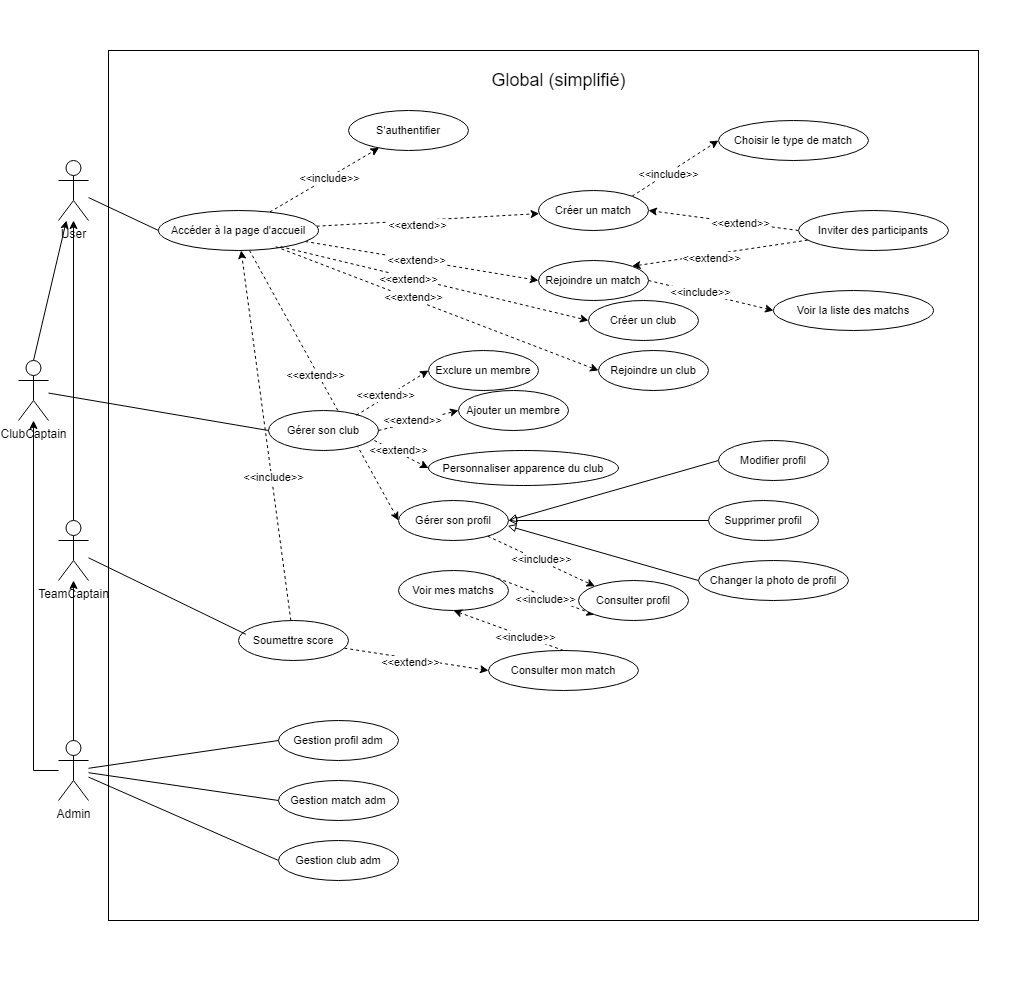
The draw.io diagram Diagram use case Global simplifié.drawio.png in Mathistrg/Styx, before a commit. Source tidied: cells renumbered, new cells last; positions are measured from the earlier drawing's top-left corner, leaving out a move shared by most shapes.
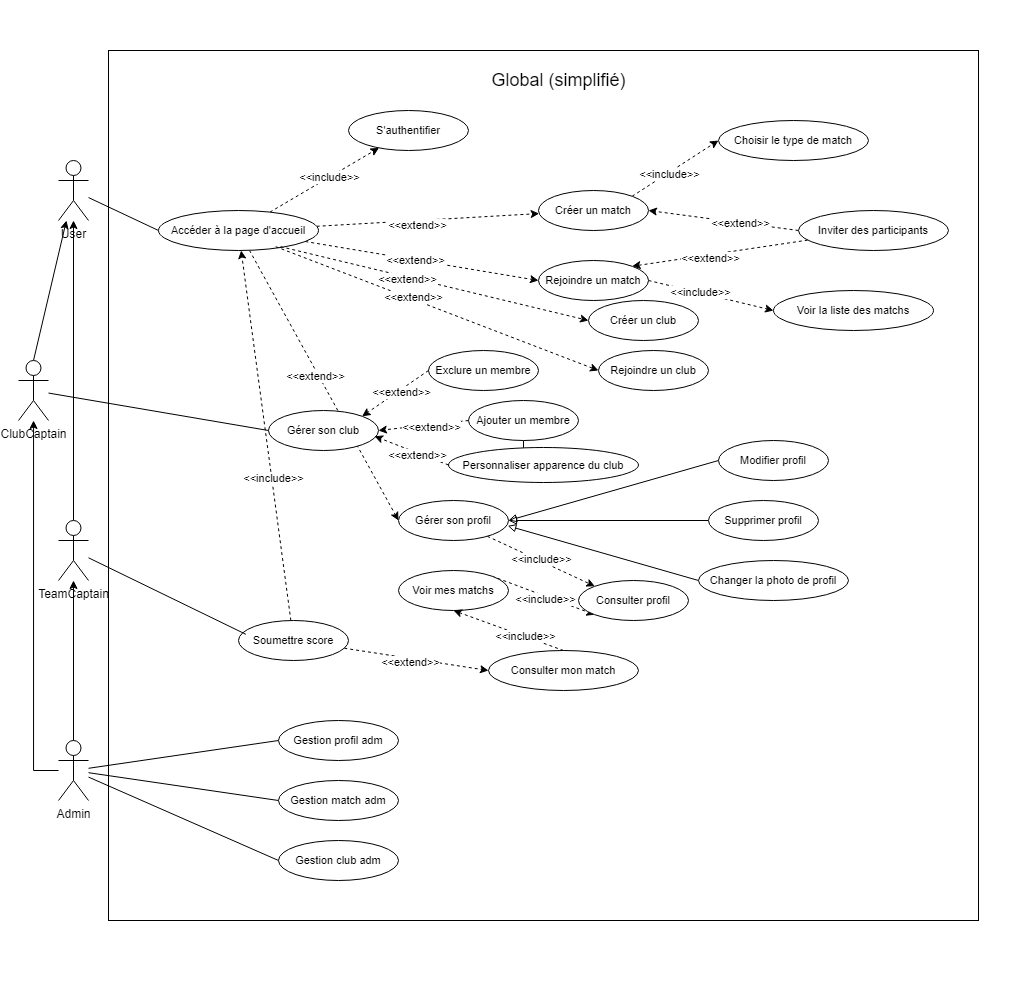
After the change.

Commit message:
Mettre à jour Diagram use case Global simplifié.drawio.png

What changed in the source:
```diff
@@ -226,25 +226,28 @@
     <mxCell id="73" value="Exclure un membre" style="ellipse;whiteSpace=wrap;html=1;fontFamily=Helvetica;fontSize=11;fontColor=default;labelBackgroundColor=default;" parent="1" vertex="1">
       <mxGeometry x="410" y="350" width="110" height="40" as="geometry" />
     </mxCell>
+    <mxCell id="82" style="edgeStyle=orthogonalEdgeStyle;rounded=0;jettySize=auto;html=1;" parent="1" edge="1" source="74" target="75">
+      <mxGeometry relative="1" as="geometry" />
+    </mxCell>
     <mxCell id="74" value="Ajouter un membre" style="ellipse;whiteSpace=wrap;html=1;fontFamily=Helvetica;fontSize=11;fontColor=default;labelBackgroundColor=default;" parent="1" vertex="1">
-      <mxGeometry x="440" y="390" width="110" height="40" as="geometry" />
+      <mxGeometry x="450" y="400" width="110" height="40" as="geometry" />
     </mxCell>
     <mxCell id="75" value="Personnaliser apparence du club" style="ellipse;whiteSpace=wrap;html=1;fontFamily=Helvetica;fontSize=11;fontColor=default;labelBackgroundColor=default;" parent="1" vertex="1">
-      <mxGeometry x="410" y="450" width="190" height="35" as="geometry" />
+      <mxGeometry x="430" y="447" width="190" height="35" as="geometry" />
     </mxCell>
-    <mxCell id="76" style="edgeStyle=none;shape=connector;rounded=0;jettySize=auto;html=1;entryX=0;entryY=0.5;entryDx=0;entryDy=0;dashed=1;strokeColor=default;align=center;verticalAlign=middle;fontFamily=Helvetica;fontSize=11;fontColor=default;labelBackgroundColor=default;endArrow=classic;endFill=1;exitX=0.799;exitY=0.12;exitDx=0;exitDy=0;exitPerimeter=0;" parent="1" edge="1" source="48" target="73">
+    <mxCell id="76" style="edgeStyle=none;shape=connector;rounded=0;jettySize=auto;html=1;dashed=1;strokeColor=default;align=center;verticalAlign=middle;fontFamily=Helvetica;fontSize=11;fontColor=default;labelBackgroundColor=default;endArrow=classic;endFill=1;exitX=0;exitY=0.5;exitDx=0;exitDy=0;entryX=1;entryY=0;entryDx=0;entryDy=0;" parent="1" edge="1" source="73" target="48">
       <mxGeometry relative="1" as="geometry" />
     </mxCell>
     <mxCell id="77" value="&amp;lt;&amp;lt;extend&amp;gt;&amp;gt;" style="edgeLabel;html=1;align=center;verticalAlign=middle;fontFamily=Helvetica;fontSize=11;fontColor=default;labelBackgroundColor=default;" parent="76" vertex="1">
       <mxGeometry x="-0.16" y="2" relative="1" as="geometry" />
     </mxCell>
-    <mxCell id="78" style="edgeStyle=none;shape=connector;rounded=0;jettySize=auto;html=1;entryX=0;entryY=0.5;entryDx=0;entryDy=0;dashed=1;strokeColor=default;align=center;verticalAlign=middle;fontFamily=Helvetica;fontSize=11;fontColor=default;labelBackgroundColor=default;endArrow=classic;endFill=1;exitX=1;exitY=0.5;exitDx=0;exitDy=0;" parent="1" edge="1" source="48" target="74">
+    <mxCell id="78" style="edgeStyle=none;shape=connector;rounded=0;jettySize=auto;html=1;dashed=1;strokeColor=default;align=center;verticalAlign=middle;fontFamily=Helvetica;fontSize=11;fontColor=default;labelBackgroundColor=default;endArrow=classic;endFill=1;exitX=0;exitY=0.5;exitDx=0;exitDy=0;entryX=1;entryY=0.5;entryDx=0;entryDy=0;" parent="1" edge="1" source="74" target="48">
       <mxGeometry relative="1" as="geometry" />
     </mxCell>
     <mxCell id="79" value="&amp;lt;&amp;lt;extend&amp;gt;&amp;gt;" style="edgeLabel;html=1;align=center;verticalAlign=middle;fontFamily=Helvetica;fontSize=11;fontColor=default;labelBackgroundColor=default;" parent="78" vertex="1">
       <mxGeometry x="-0.16" y="2" relative="1" as="geometry" />
     </mxCell>
-    <mxCell id="80" style="edgeStyle=none;shape=connector;rounded=0;jettySize=auto;html=1;entryX=0;entryY=0.5;entryDx=0;entryDy=0;dashed=1;strokeColor=default;align=center;verticalAlign=middle;fontFamily=Helvetica;fontSize=11;fontColor=default;labelBackgroundColor=default;endArrow=classic;endFill=1;exitX=0.962;exitY=0.749;exitDx=0;exitDy=0;exitPerimeter=0;" parent="1" edge="1" source="48" target="75">
+    <mxCell id="80" style="edgeStyle=none;shape=connector;rounded=0;jettySize=auto;html=1;dashed=1;strokeColor=default;align=center;verticalAlign=middle;fontFamily=Helvetica;fontSize=11;fontColor=default;labelBackgroundColor=default;endArrow=classic;endFill=1;exitX=0;exitY=0.5;exitDx=0;exitDy=0;entryX=0.964;entryY=0.644;entryDx=0;entryDy=0;entryPerimeter=0;" parent="1" edge="1" source="75" target="48">
       <mxGeometry relative="1" as="geometry" />
     </mxCell>
     <mxCell id="81" value="&amp;lt;&amp;lt;extend&amp;gt;&amp;gt;" style="edgeLabel;html=1;align=center;verticalAlign=middle;fontFamily=Helvetica;fontSize=11;fontColor=default;labelBackgroundColor=default;" parent="80" vertex="1">
```
